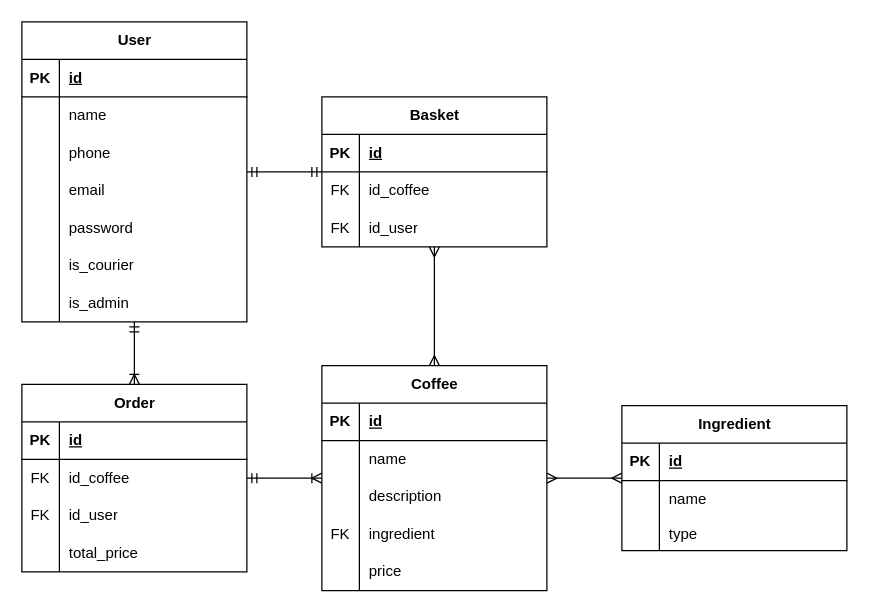
B4N4N41C/CoffeeGo keeps this draw.io diagram as CoffeeGo.drawio. Above is the earlier version. Source tidied: cells renumbered, new cells numbered last; positions are measured from the earlier drawing's top-left corner, leaving out a move shared by most shapes. Both pictures are drawn from the tidied source at 125%, with x=0, y=0 at pixel (21, 21).
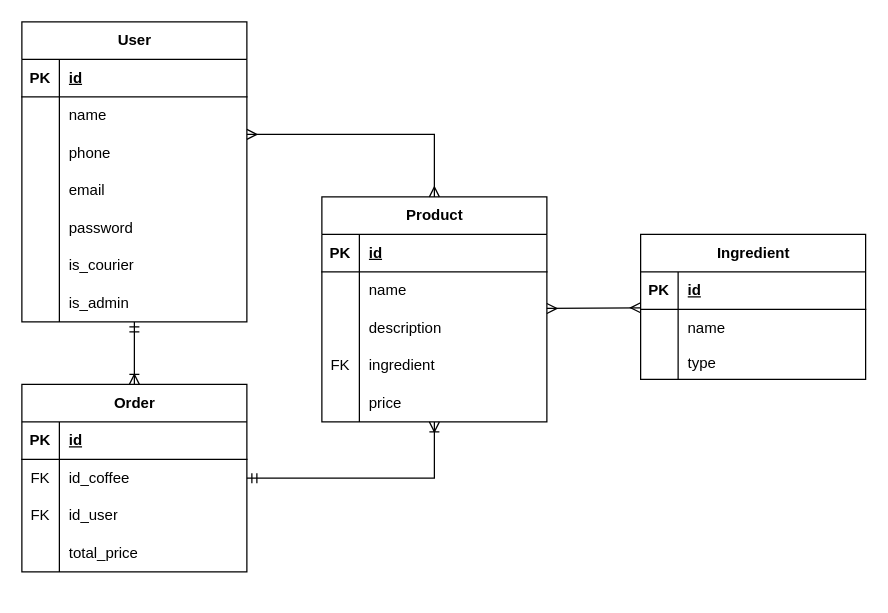
The same page after the edit.

Unchanged cells that the change refers to:
```xml
<mxCell id="2" value="User" style="shape=table;startSize=30;childLayout=tableLayout;rowLines=0;fontStyle=1;align=center;html=1;" parent="1" vertex="1">
  <mxGeometry width="180" height="240" as="geometry" />
</mxCell>
<mxCell id="24" value="Order" style="shape=table;startSize=30;childLayout=tableLayout;rowLines=0;fontStyle=1;align=center;html=1;" parent="1" vertex="1">
  <mxGeometry y="290" width="180" height="150" as="geometry" />
</mxCell>
```

The edit, as a diff of the source:
```diff
@@
     <mxCell id="37" value="Ingredient" style="shape=table;startSize=30;childLayout=tableLayout;rowLines=0;fontStyle=1;align=center;html=1;" parent="1" vertex="1">
-      <mxGeometry x="480" y="307" width="180" height="116" as="geometry" />
+      <mxGeometry x="495" y="170" width="180" height="116" as="geometry" />
     </mxCell>
@@
-    <mxCell id="47" value="Coffee" style="shape=table;startSize=30;childLayout=tableLayout;rowLines=0;fontStyle=1;align=center;html=1;" parent="1" vertex="1">
-      <mxGeometry x="240" y="275" width="180" height="180" as="geometry" />
+    <mxCell id="47" value="Product" style="shape=table;startSize=30;childLayout=tableLayout;rowLines=0;fontStyle=1;align=center;html=1;" parent="1" vertex="1">
+      <mxGeometry x="240" y="140" width="180" height="180" as="geometry" />
     </mxCell>
@@
-    <mxCell id="63" style="fontSize=12;html=1;endArrow=ERmany;startArrow=ERmany;rounded=0;jumpStyle=none;flowAnimation=0;shadow=0;" parent="1" edge="1" source="47" target="67">
-      <mxGeometry relative="1" as="geometry" />
-    </mxCell>
-    <mxCell id="64" style="fontSize=12;html=1;endArrow=ERoneToMany;startArrow=ERmandOne;rounded=0;" parent="1" edge="1" source="24" target="47">
-      <mxGeometry relative="1" as="geometry" />
+    <mxCell id="64" style="fontSize=12;html=1;endArrow=ERoneToMany;startArrow=ERmandOne;rounded=0;edgeStyle=orthogonalEdgeStyle;" parent="1" edge="1" source="24" target="47">
+      <mxGeometry relative="1" as="geometry">
+        <Array as="points">
+          <mxPoint x="330" y="365" />
+        </Array>
+      </mxGeometry>
     </mxCell>
@@
-    <mxCell id="67" value="Basket" style="shape=table;startSize=30;childLayout=tableLayout;rowLines=0;fontStyle=1;align=center;html=1;" parent="1" vertex="1">
-      <mxGeometry x="240" y="60" width="180" height="120" as="geometry" />
-    </mxCell>
-    <mxCell id="68" style="shape=tableRow;horizontal=0;startSize=0;swimlaneHead=0;swimlaneBody=0;fillColor=none;top=0;left=0;right=0;bottom=1;" parent="67" vertex="1">
-      <mxGeometry y="30" width="180" height="30" as="geometry" />
-    </mxCell>
-    <mxCell id="69" value="PK" style="shape=partialRectangle;fillColor=none;top=0;left=0;bottom=0;right=0;fontStyle=1;overflow=hidden;whiteSpace=wrap;html=1;" parent="68" vertex="1">
-      <mxGeometry width="30" height="30" as="geometry" />
-    </mxCell>
-    <mxCell id="70" value="id" style="shape=partialRectangle;fillColor=none;top=0;left=0;bottom=0;right=0;align=left;spacingLeft=6;fontStyle=5;overflow=hidden;whiteSpace=wrap;html=1;" parent="68" vertex="1">
-      <mxGeometry x="30" width="150" height="30" as="geometry" />
-    </mxCell>
-    <mxCell id="71" style="shape=tableRow;horizontal=0;startSize=0;swimlaneHead=0;swimlaneBody=0;fillColor=none;top=0;left=0;right=0;bottom=0;" parent="67" vertex="1">
-      <mxGeometry y="60" width="180" height="30" as="geometry" />
-    </mxCell>
-    <mxCell id="72" value="FK" style="shape=partialRectangle;fillColor=none;top=0;left=0;bottom=0;right=0;overflow=hidden;whiteSpace=wrap;html=1;" parent="71" vertex="1">
-      <mxGeometry width="30" height="30" as="geometry" />
-    </mxCell>
-    <mxCell id="73" value="id_coffee" style="shape=partialRectangle;fillColor=none;top=0;left=0;bottom=0;right=0;align=left;spacingLeft=6;overflow=hidden;whiteSpace=wrap;html=1;" parent="71" vertex="1">
-      <mxGeometry x="30" width="150" height="30" as="geometry" />
-    </mxCell>
-    <mxCell id="74" style="shape=tableRow;horizontal=0;startSize=0;swimlaneHead=0;swimlaneBody=0;fillColor=none;top=0;left=0;right=0;bottom=0;" parent="67" vertex="1">
-      <mxGeometry y="90" width="180" height="30" as="geometry" />
-    </mxCell>
-    <mxCell id="75" value="FK" style="shape=partialRectangle;fillColor=none;top=0;left=0;bottom=0;right=0;overflow=hidden;whiteSpace=wrap;html=1;" parent="74" vertex="1">
-      <mxGeometry width="30" height="30" as="geometry" />
-    </mxCell>
-    <mxCell id="76" value="id_user" style="shape=partialRectangle;fillColor=none;top=0;left=0;bottom=0;right=0;align=left;spacingLeft=6;overflow=hidden;whiteSpace=wrap;html=1;" parent="74" vertex="1">
-      <mxGeometry x="30" width="150" height="30" as="geometry" />
-    </mxCell>
@@
-    <mxCell id="78" style="fontSize=12;html=1;endArrow=ERmandOne;startArrow=ERmandOne;rounded=0;" parent="1" edge="1" source="2" target="67">
-      <mxGeometry relative="1" as="geometry" />
-    </mxCell>
+    <mxCell id="79" style="edgeStyle=orthogonalEdgeStyle;fontSize=12;html=1;endArrow=ERmany;startArrow=ERmany;rounded=0;" parent="1" edge="1" source="2" target="47">
+      <mxGeometry relative="1" as="geometry">
+        <Array as="points">
+          <mxPoint x="330" y="90" />
+        </Array>
+      </mxGeometry>
+    </mxCell>
```
